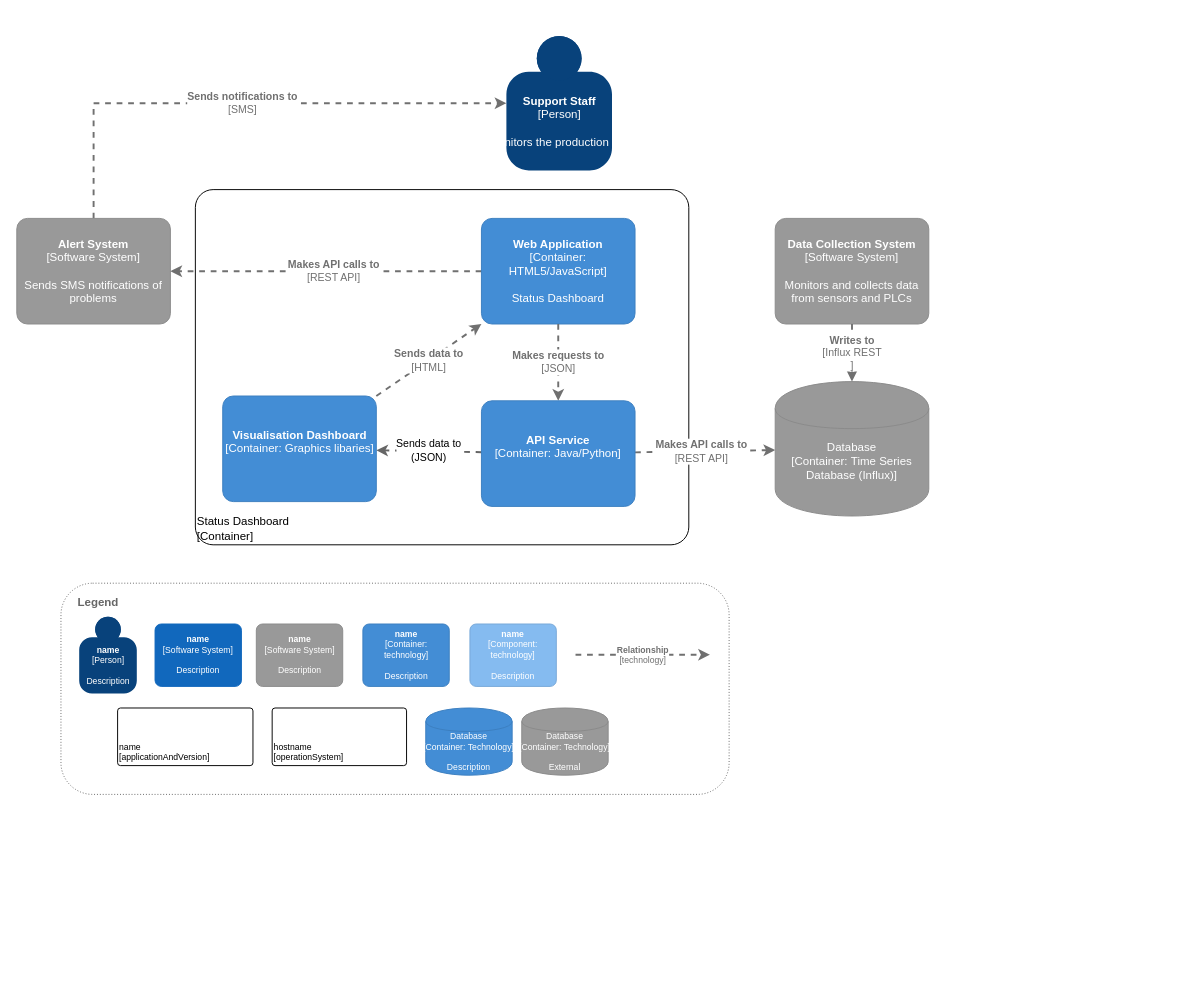
This is page "C4 Container" (2 of 4) of Design Doc LMS.drawio from eldoncosta1/diagrams, a draw.io file, before an edit. Source tidied: cells renumbered, new cells numbered last; positions are measured from the earlier drawing's top-left corner, leaving out a move shared by most shapes. Both pictures are drawn from the tidied source at 96%, with x=0, y=0 at pixel (16, 36).
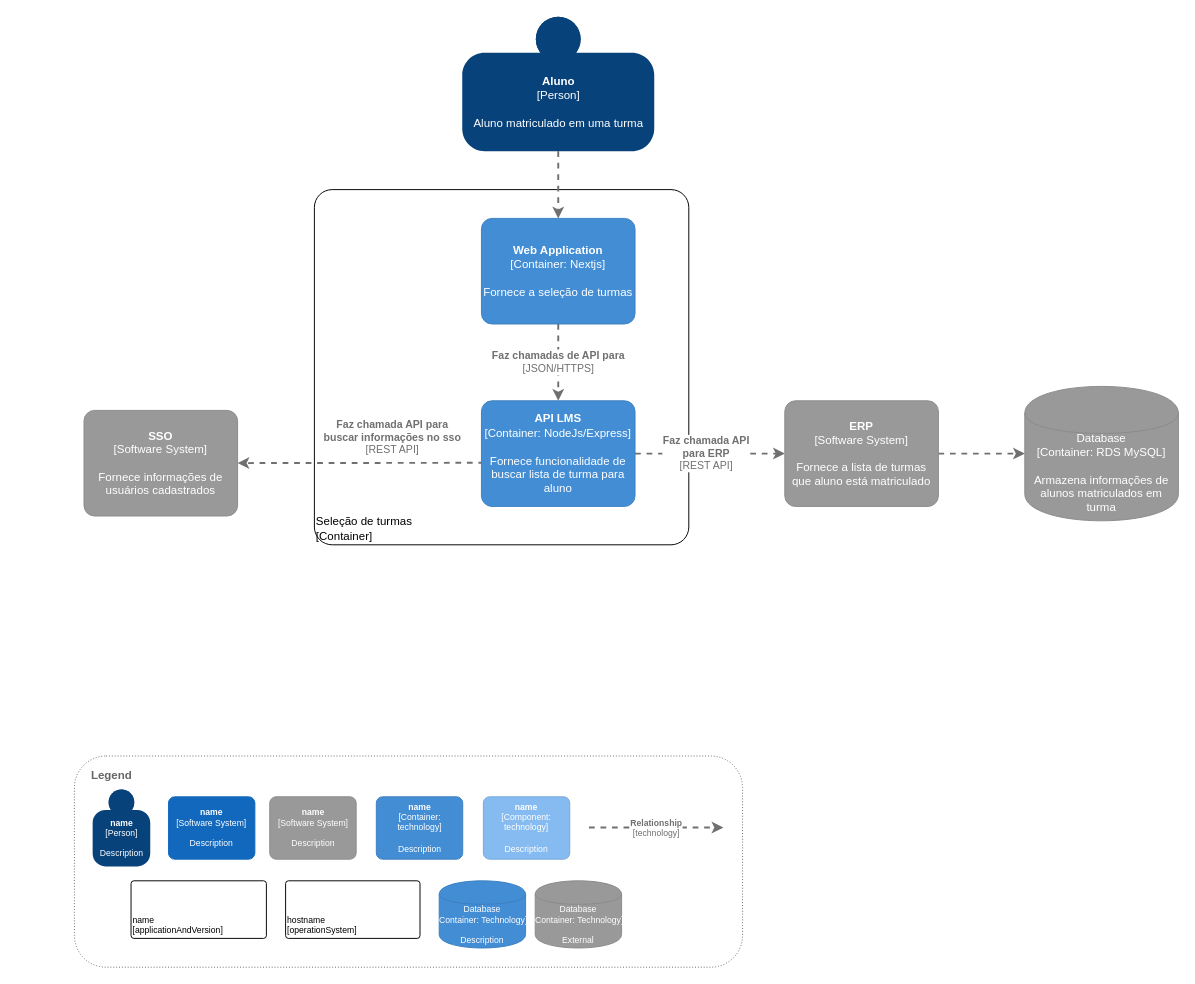
Above is the later version.

The edit, as a diff of the source:
```diff
@@
-    <object id="2" label="&lt;div style=&quot;text-align: left&quot;&gt;%c4Name%&lt;/div&gt;&lt;div style=&quot;text-align: left&quot;&gt;[%c4Application%]&lt;/div&gt;" c4Application="Container" c4Name="Status Dashboard" placeholders="1">
+    <object id="2" label="&lt;div style=&quot;text-align: left&quot;&gt;%c4Name%&lt;/div&gt;&lt;div style=&quot;text-align: left&quot;&gt;[%c4Application%]&lt;/div&gt;" c4Application="Container" c4Name="Seleção de turmas" placeholders="1">
       <mxCell style="rounded=1;whiteSpace=wrap;html=1;labelBackgroundColor=none;fillColor=#ffffff;fontColor=#000000;align=left;arcSize=5;strokeColor=#000000;verticalAlign=bottom;metaData={&quot;c4Type&quot;:{&quot;editable&quot;:false}};" parent="1" vertex="1">
-        <mxGeometry x="186" y="160" width="514" height="370" as="geometry" />
+        <mxGeometry x="310" y="160" width="390" height="370" as="geometry" />
       </mxCell>
     </object>
-    <mxCell id="3" style="edgeStyle=none;rounded=0;jettySize=auto;html=1;dashed=1;strokeColor=#666666;strokeWidth=2;fillColor=#f5f5f5;" parent="1" edge="1" source="17" target="15">
-      <mxGeometry relative="1" as="geometry" />
-    </mxCell>
-    <mxCell id="4" value="Sends data to&lt;br&gt;(JSON)" style="edgeLabel;html=1;align=center;verticalAlign=middle;" parent="3" vertex="1">
-      <mxGeometry x="0.02" y="-1" relative="1" as="geometry" />
-    </mxCell>
+    <mxCell id="31" style="edgeStyle=orthogonalEdgeStyle;rounded=0;jettySize=auto;html=1;strokeWidth=2;strokeColor=light-dark(#707070,#707070);dashed=1;" parent="1" edge="1" source="5" target="13">
+      <mxGeometry relative="1" as="geometry" />
+    </mxCell>
-    <object id="5" label="&lt;b&gt;%c4Name%&lt;/b&gt;&lt;div&gt;[%c4Type%]&lt;/div&gt;&lt;br&gt;&lt;div&gt;%c4Description%&lt;/div&gt;" c4Description="Monitors the production line" c4Name="Support Staff" c4Type="Person" placeholders="1">
+    <object id="5" label="&lt;b&gt;%c4Name%&lt;/b&gt;&lt;div&gt;[%c4Type%]&lt;/div&gt;&lt;br&gt;&lt;div&gt;%c4Description%&lt;/div&gt;" c4Description="Aluno matriculado em uma turma" c4Name="Aluno" c4Type="Person" placeholders="1">
       <mxCell style="html=1;dashed=0;whitespace=wrap;fillColor=#08427b;strokeColor=none;fontColor=#ffffff;shape=mxgraph.c4.person;align=center;points=[[0.5,0,0],[1,0.5,0],[1,0.75,0],[0.75,1,0],[0.5,1,0],[0.25,1,0],[0,0.75,0],[0,0.5,0]];metaData={&quot;c4Type&quot;:{&quot;editable&quot;:false}};" parent="1" vertex="1">
-        <mxGeometry x="510" width="110" height="140" as="geometry" />
+        <mxGeometry x="464" y="-20" width="200" height="140" as="geometry" />
       </mxCell>
     </object>
-    <object id="6" label="&lt;div style=&quot;text-align: left&quot;&gt;&lt;div style=&quot;text-align: center&quot;&gt;&lt;b&gt;%c4Description%&lt;/b&gt;&lt;/div&gt;&lt;div style=&quot;text-align: center&quot;&gt;[%c4Technology%]&lt;/div&gt;&lt;/div&gt;" c4Description="Sends notifications to" c4Technology="SMS" placeholders="1">
-      <mxCell style="edgeStyle=none;rounded=0;html=1;jettySize=auto;strokeColor=#707070;strokeWidth=2;fontColor=#707070;jumpStyle=none;dashed=1;metaData={&quot;c4Type&quot;:{&quot;editable&quot;:false}};" parent="1" edge="1" source="7" target="5">
-        <mxGeometry relative="1" as="geometry">
-          <Array as="points">
-            <mxPoint x="80" y="70" />
-          </Array>
-        </mxGeometry>
-      </mxCell>
-    </object>
-    <object id="7" label="&lt;b&gt;%c4Name%&lt;/b&gt;&lt;div&gt;[%c4Type%]&lt;/div&gt;&lt;br&gt;&lt;div&gt;%c4Description%&lt;/div&gt;" c4Description="Sends SMS notifications of problems" c4Name="Alert System" c4Type="Software System" placeholders="1">
+    <object id="7" label="&lt;b&gt;%c4Name%&lt;/b&gt;&lt;div&gt;[%c4Type%]&lt;/div&gt;&lt;br&gt;&lt;div&gt;%c4Description%&lt;/div&gt;" c4Description="Fornece informações de usuários cadastrados" c4Name="SSO" c4Type="Software System" placeholders="1">
       <mxCell style="rounded=1;whiteSpace=wrap;html=1;labelBackgroundColor=none;fillColor=#999999;fontColor=#ffffff;align=center;arcSize=10;strokeColor=#8A8A8A;metaData={&quot;c4Type&quot;:{&quot;editable&quot;:false}};points=[[0.25,0,0],[0.5,0,0],[0.75,0,0],[1,0.25,0],[1,0.5,0],[1,0.75,0],[0.75,1,0],[0.5,1,0],[0.25,1,0],[0,0.75,0],[0,0.5,0],[0,0.25,0]];" parent="1" vertex="1">
-        <mxGeometry y="190" width="160" height="110" as="geometry" />
+        <mxGeometry x="70" y="390" width="160" height="110" as="geometry" />
       </mxCell>
     </object>
-    <object id="8" label="&lt;div style=&quot;text-align: left&quot;&gt;&lt;div style=&quot;text-align: center&quot;&gt;&lt;b&gt;%c4Description%&lt;/b&gt;&lt;/div&gt;&lt;div style=&quot;text-align: center&quot;&gt;[%c4Technology%]&lt;/div&gt;&lt;/div&gt;" c4Description="Makes API calls to" c4Technology="REST API" placeholders="1">
-      <mxCell style="edgeStyle=none;rounded=0;html=1;jettySize=auto;strokeColor=#707070;strokeWidth=2;fontColor=#707070;jumpStyle=none;dashed=1;metaData={&quot;c4Type&quot;:{&quot;editable&quot;:false}};" parent="1" edge="1" source="13" target="7">
-        <mxGeometry x="-0.05" relative="1" as="geometry" />
+    <object id="8" label="&lt;div style=&quot;text-align: left&quot;&gt;&lt;div style=&quot;text-align: center&quot;&gt;&lt;b&gt;%c4Description%&lt;/b&gt;&lt;/div&gt;&lt;div style=&quot;text-align: center&quot;&gt;[%c4Technology%]&lt;/div&gt;&lt;/div&gt;" c4Description="Faz chamada API para&#10; buscar informações no sso" c4Technology="REST API" placeholders="1">
+      <mxCell style="edgeStyle=none;rounded=0;html=1;jettySize=auto;strokeColor=#707070;strokeWidth=2;fontColor=#707070;jumpStyle=none;dashed=1;metaData={&quot;c4Type&quot;:{&quot;editable&quot;:false}};exitX=0.018;exitY=0.587;exitDx=0;exitDy=0;exitPerimeter=0;" parent="1" edge="1" source="17" target="7">
+        <mxGeometry x="-0.25" y="-27" relative="1" as="geometry" />
       </mxCell>
     </object>
-    <object id="9" label="&lt;b&gt;%c4Name%&lt;/b&gt;&lt;div&gt;[%c4Type%]&lt;/div&gt;&lt;br&gt;&lt;div&gt;%c4Description%&lt;/div&gt;" c4Description="Monitors and collects data from sensors and PLCs" c4Name="Data Collection System" c4Type="Software System" placeholders="1">
-      <mxCell style="rounded=1;whiteSpace=wrap;html=1;labelBackgroundColor=none;fillColor=#999999;fontColor=#ffffff;align=center;arcSize=10;strokeColor=#8A8A8A;metaData={&quot;c4Type&quot;:{&quot;editable&quot;:false}};points=[[0.25,0,0],[0.5,0,0],[0.75,0,0],[1,0.25,0],[1,0.5,0],[1,0.75,0],[0.75,1,0],[0.5,1,0],[0.25,1,0],[0,0.75,0],[0,0.5,0],[0,0.25,0]];" parent="1" vertex="1">
-        <mxGeometry x="790" y="190" width="160" height="110" as="geometry" />
-      </mxCell>
-    </object>
-    <object id="10" label="&lt;div style=&quot;text-align: left&quot;&gt;&lt;div style=&quot;text-align: center&quot;&gt;&lt;b&gt;%c4Description%&lt;/b&gt;&lt;/div&gt;&lt;div style=&quot;text-align: center&quot;&gt;[%c4Technology%]&lt;/div&gt;&lt;/div&gt;" c4Description="Makes API calls to" c4Technology="REST API" placeholders="1">
-      <mxCell style="edgeStyle=none;rounded=0;html=1;jettySize=auto;strokeColor=#707070;strokeWidth=2;fontColor=#707070;jumpStyle=none;dashed=1;metaData={&quot;c4Type&quot;:{&quot;editable&quot;:false}};" parent="1" edge="1" source="17" target="11">
+    <object id="10" label="&lt;div style=&quot;text-align: left&quot;&gt;&lt;div style=&quot;text-align: center&quot;&gt;&lt;b&gt;%c4Description%&lt;/b&gt;&lt;/div&gt;&lt;div style=&quot;text-align: center&quot;&gt;[%c4Technology%]&lt;/div&gt;&lt;/div&gt;" c4Description="Faz chamada API&#10;para ERP" c4Technology="REST API" placeholders="1">
+      <mxCell style="edgeStyle=none;rounded=0;html=1;jettySize=auto;strokeColor=#707070;strokeWidth=2;fontColor=#707070;jumpStyle=none;dashed=1;metaData={&quot;c4Type&quot;:{&quot;editable&quot;:false}};entryX=0;entryY=0.5;entryDx=0;entryDy=0;entryPerimeter=0;" parent="1" edge="1" source="17" target="9">
         <mxGeometry x="-0.05" relative="1" as="geometry" />
       </mxCell>
     </object>
-    <object id="11" label="%c4Type%&lt;div style=&quot;font-size: 12px;&quot;&gt;[Container:&amp;nbsp;%c4Technology%]&lt;/div&gt;&lt;br style=&quot;font-size: 12px;&quot;&gt;&lt;div style=&quot;font-size: 12px;&quot;&gt;%c4Description%&lt;/div&gt;" c4Description="" c4Technology="Time Series Database (Influx)" c4Type="Database" placeholders="1">
+    <object id="11" label="%c4Type%&lt;div style=&quot;font-size: 12px;&quot;&gt;[Container:&amp;nbsp;%c4Technology%]&lt;/div&gt;&lt;br style=&quot;font-size: 12px;&quot;&gt;&lt;div style=&quot;font-size: 12px;&quot;&gt;%c4Description%&lt;/div&gt;" c4Description="Armazena informações de alunos matriculados em turma" c4Technology="RDS MySQL" c4Type="Database" placeholders="1">
       <mxCell style="shape=cylinder;whiteSpace=wrap;html=1;boundedLbl=1;rounded=1;labelBackgroundColor=none;fillColor=#999999;fontSize=12;fontColor=#ffffff;align=center;strokeColor=#8A8A8A;points=[[0.5,0,0],[1,0.25,0],[1,0.5,0],[1,0.75,0],[0.5,1,0],[0,0.75,0],[0,0.5,0],[0,0.25,0]];metaData={&quot;c4Type&quot;:{&quot;editable&quot;:false}};arcSize=10;" parent="1" vertex="1">
-        <mxGeometry x="790" y="360" width="160" height="140" as="geometry" />
+        <mxGeometry x="1050" y="365" width="160" height="140" as="geometry" />
       </mxCell>
     </object>
-    <object id="12" label="&lt;div style=&quot;text-align: left&quot;&gt;&lt;div style=&quot;text-align: center&quot;&gt;&lt;b&gt;%c4Description%&lt;/b&gt;&lt;/div&gt;&lt;div style=&quot;text-align: center&quot;&gt;[%c4Technology%]&lt;/div&gt;&lt;/div&gt;" c4Description="Writes to" c4Technology="Influx REST&#10;" placeholders="1">
-      <mxCell style="edgeStyle=none;rounded=0;html=1;jettySize=auto;strokeColor=#707070;strokeWidth=2;fontColor=#707070;jumpStyle=none;dashed=1;metaData={&quot;c4Type&quot;:{&quot;editable&quot;:false}};" parent="1" edge="1" source="9" target="11">
-        <mxGeometry relative="1" as="geometry" />
-      </mxCell>
-    </object>
-    <object id="13" label="&lt;b&gt;%c4Name%&lt;/b&gt;&lt;div&gt;[%c4Type%: %c4Technology%]&lt;/div&gt;&lt;br&gt;&lt;div&gt;%c4Description%&lt;/div&gt;" c4Description="Status Dashboard" c4Name="Web Application" c4Technology="HTML5/JavaScript" c4Type="Container" placeholders="1">
+    <object id="13" label="&lt;b&gt;%c4Name%&lt;/b&gt;&lt;div&gt;[%c4Type%: %c4Technology%]&lt;/div&gt;&lt;br&gt;&lt;div&gt;%c4Description%&lt;/div&gt;" c4Description="Fornece a seleção de turmas" c4Name="Web Application" c4Technology="Nextjs" c4Type="Container" placeholders="1">
       <mxCell style="rounded=1;whiteSpace=wrap;html=1;labelBackgroundColor=none;fillColor=#438DD5;fontColor=#ffffff;align=center;arcSize=10;strokeColor=#3C7FC0;metaData={&quot;c4Type&quot;:{&quot;editable&quot;:false}};points=[[0.25,0,0],[0.5,0,0],[0.75,0,0],[1,0.25,0],[1,0.5,0],[1,0.75,0],[0.75,1,0],[0.5,1,0],[0.25,1,0],[0,0.75,0],[0,0.5,0],[0,0.25,0]];" parent="1" vertex="1">
         <mxGeometry x="484" y="190" width="160" height="110" as="geometry" />
       </mxCell>
     </object>
-    <object id="14" label="&lt;div style=&quot;text-align: left&quot;&gt;&lt;div style=&quot;text-align: center&quot;&gt;&lt;b&gt;%c4Description%&lt;/b&gt;&lt;/div&gt;&lt;div style=&quot;text-align: center&quot;&gt;[%c4Technology%]&lt;/div&gt;&lt;/div&gt;" c4Description="Makes requests to" c4Technology="JSON" placeholders="1">
+    <object id="14" label="&lt;div style=&quot;text-align: left&quot;&gt;&lt;div style=&quot;text-align: center&quot;&gt;&lt;b&gt;%c4Description%&lt;/b&gt;&lt;/div&gt;&lt;div style=&quot;text-align: center&quot;&gt;[%c4Technology%]&lt;/div&gt;&lt;/div&gt;" c4Description="Faz chamadas de API para" c4Technology="JSON/HTTPS" placeholders="1">
       <mxCell style="edgeStyle=none;rounded=0;html=1;jettySize=auto;strokeColor=#707070;strokeWidth=2;fontColor=#707070;jumpStyle=none;dashed=1;metaData={&quot;c4Type&quot;:{&quot;editable&quot;:false}};" parent="1" edge="1" source="13" target="17">
         <mxGeometry relative="1" as="geometry" />
       </mxCell>
     </object>
-    <object id="15" label="&lt;b&gt;%c4Name%&lt;/b&gt;&lt;div&gt;[%c4Type%: %c4Technology%]&lt;/div&gt;&lt;br&gt;&lt;div&gt;%c4Description%&lt;/div&gt;" c4Description="" c4Name="Visualisation Dashboard" c4Technology="Graphics libaries" c4Type="Container" placeholders="1">
-      <mxCell style="rounded=1;whiteSpace=wrap;html=1;labelBackgroundColor=none;fillColor=#438DD5;fontColor=#ffffff;align=center;arcSize=10;strokeColor=#3C7FC0;metaData={&quot;c4Type&quot;:{&quot;editable&quot;:false}};points=[[0.25,0,0],[0.5,0,0],[0.75,0,0],[1,0.25,0],[1,0.5,0],[1,0.75,0],[0.75,1,0],[0.5,1,0],[0.25,1,0],[0,0.75,0],[0,0.5,0],[0,0.25,0]];" parent="1" vertex="1">
-        <mxGeometry x="214.5" y="375" width="160" height="110" as="geometry" />
-      </mxCell>
-    </object>
-    <object id="16" label="&lt;div style=&quot;text-align: left&quot;&gt;&lt;div style=&quot;text-align: center&quot;&gt;&lt;b&gt;%c4Description%&lt;/b&gt;&lt;/div&gt;&lt;div style=&quot;text-align: center&quot;&gt;[%c4Technology%]&lt;/div&gt;&lt;/div&gt;" c4Description="Sends data to" c4Technology="HTML" placeholders="1">
-      <mxCell style="edgeStyle=none;rounded=0;html=1;jettySize=auto;strokeColor=#707070;strokeWidth=2;fontColor=#707070;jumpStyle=none;dashed=1;metaData={&quot;c4Type&quot;:{&quot;editable&quot;:false}};" parent="1" edge="1" source="15" target="13">
-        <mxGeometry relative="1" as="geometry" />
-      </mxCell>
-    </object>
-    <object id="17" label="&lt;b&gt;%c4Name%&lt;/b&gt;&lt;div&gt;[%c4Type%: %c4Technology%]&lt;/div&gt;&lt;br&gt;&lt;div&gt;%c4Description%&lt;/div&gt;" c4Description="" c4Name="API Service" c4Technology="Java/Python" c4Type="Container" placeholders="1">
+    <object id="17" label="&lt;b&gt;%c4Name%&lt;/b&gt;&lt;div&gt;[%c4Type%: %c4Technology%]&lt;/div&gt;&lt;br&gt;&lt;div&gt;%c4Description%&lt;/div&gt;" c4Description="Fornece funcionalidade de buscar lista de turma para aluno" c4Name="API LMS" c4Technology="NodeJs/Express" c4Type="Container" placeholders="1">
       <mxCell style="rounded=1;whiteSpace=wrap;html=1;labelBackgroundColor=none;fillColor=#438DD5;fontColor=#ffffff;align=center;arcSize=10;strokeColor=#3C7FC0;metaData={&quot;c4Type&quot;:{&quot;editable&quot;:false}};points=[[0.25,0,0],[0.5,0,0],[0.75,0,0],[1,0.25,0],[1,0.5,0],[1,0.75,0],[0.75,1,0],[0.5,1,0],[0.25,1,0],[0,0.75,0],[0,0.5,0],[0,0.25,0]];" parent="1" vertex="1">
         <mxGeometry x="484" y="380" width="160" height="110" as="geometry" />
       </mxCell>
     </object>
     <mxCell id="18" style="group;" parent="1" vertex="1">
-      <mxGeometry x="46" y="570" width="696" height="220" as="geometry" />
+      <mxGeometry x="60" y="750" width="696" height="220" as="geometry" />
     </mxCell>
@@
+    <mxCell id="12" style="edgeStyle=orthogonalEdgeStyle;rounded=0;jettySize=auto;html=1;strokeColor=#707070;dashed=1;strokeWidth=2;" parent="1" edge="1" source="9" target="11">
+      <mxGeometry relative="1" as="geometry" />
+    </mxCell>
+    <object id="9" label="&lt;b&gt;%c4Name%&lt;/b&gt;&lt;div&gt;[%c4Type%]&lt;/div&gt;&lt;br&gt;&lt;div&gt;%c4Description%&lt;/div&gt;" c4Description="Fornece a lista de turmas que aluno está matriculado" c4Name="ERP" c4Type="Software System" placeholders="1">
+      <mxCell style="rounded=1;whiteSpace=wrap;html=1;labelBackgroundColor=none;fillColor=#999999;fontColor=#ffffff;align=center;arcSize=10;strokeColor=#8A8A8A;metaData={&quot;c4Type&quot;:{&quot;editable&quot;:false}};points=[[0.25,0,0],[0.5,0,0],[0.75,0,0],[1,0.25,0],[1,0.5,0],[1,0.75,0],[0.75,1,0],[0.5,1,0],[0.25,1,0],[0,0.75,0],[0,0.5,0],[0,0.25,0]];" parent="1" vertex="1">
+        <mxGeometry x="800" y="380" width="160" height="110" as="geometry" />
+      </mxCell>
+    </object>
```
